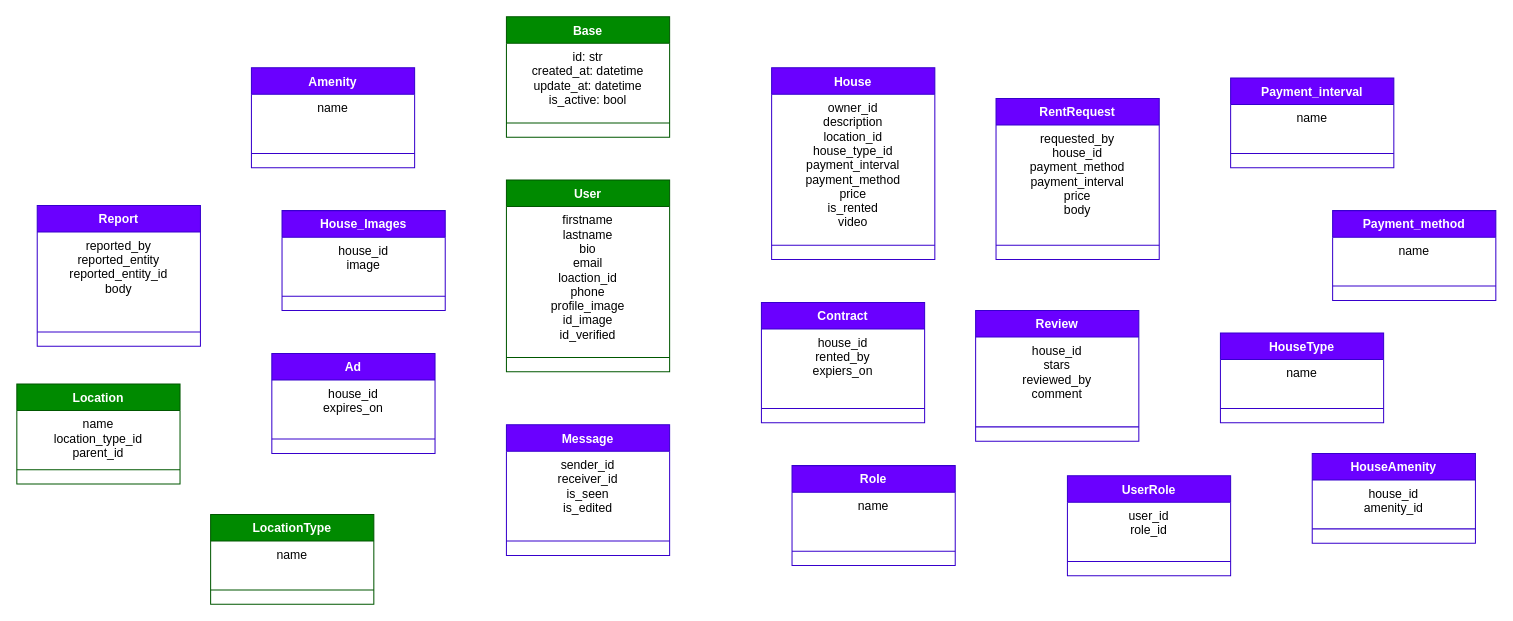
Before: RentBridge/rentbridge-db.dio in MicrQ/100DaysOfDjango, a draw.io diagram. Source tidied: cells renumbered, new cells numbered last; positions are measured from the earlier drawing's top-left corner, leaving out a move shared by most shapes. Both pictures are drawn from the tidied source at 102%, with x=0, y=0 at pixel (16, 16).
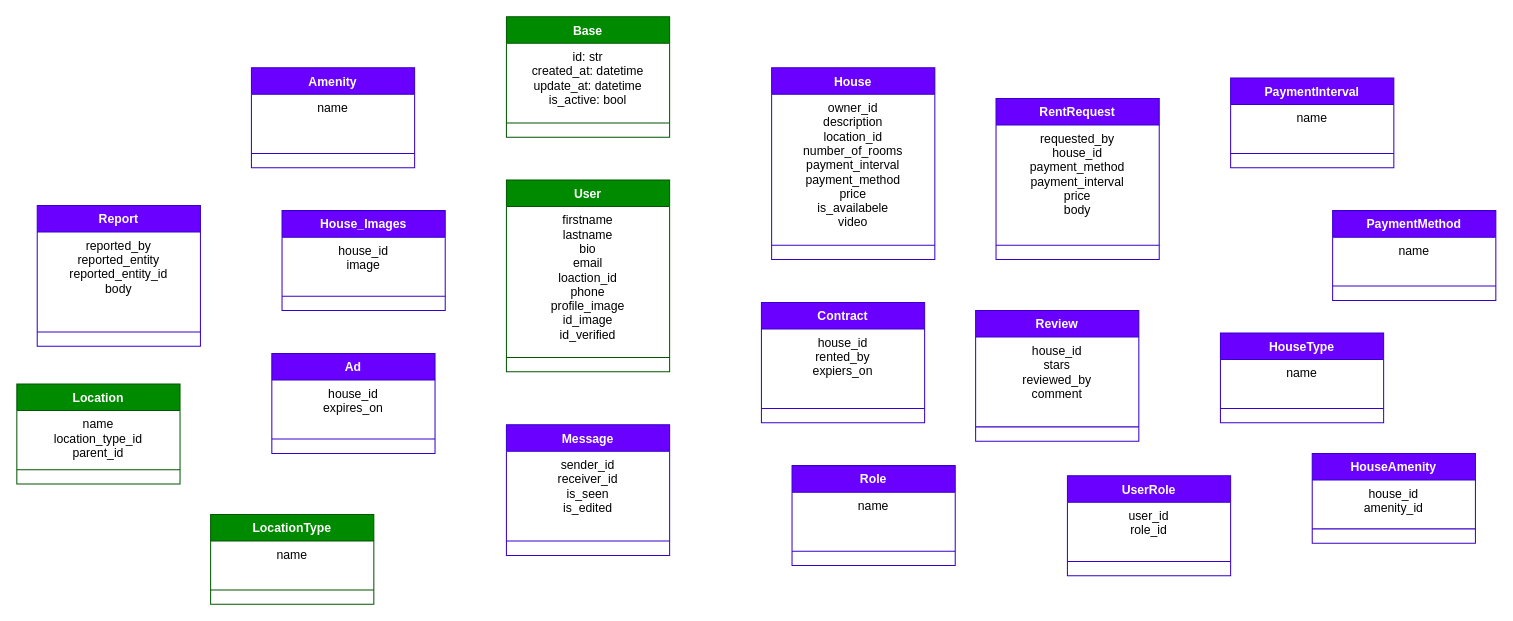
Above is the later version.

Unchanged cells that the change refers to:
```xml
<mxCell id="8" value="House" style="swimlane;fontStyle=1;align=center;verticalAlign=top;horizontal=1;startSize=26;fillColor=#6a00ff;fontColor=#ffffff;strokeColor=#3700CC;" parent="1" vertex="1">
  <mxGeometry x="740" y="50" width="160" height="188" as="geometry" />
</mxCell>
```

What changed in the source:
```diff
@@
-    <mxCell id="9" value="owner_id&#10;description&#10;location_id&#10;house_type_id&#10;payment_interval&#10;payment_method&#10;price&#10;is_rented&#10;video" style="text;strokeColor=none;fillColor=none;align=center;verticalAlign=top;spacingLeft=4;spacingRight=4;overflow=hidden;" parent="8" vertex="1">
+    <mxCell id="9" value="owner_id&#10;description&#10;location_id&#10;number_of_rooms&#10;payment_interval&#10;payment_method&#10;price&#10;is_availabele&#10;video" style="text;strokeColor=none;fillColor=none;align=center;verticalAlign=top;spacingLeft=4;spacingRight=4;overflow=hidden;" parent="8" vertex="1">
       <mxGeometry y="26" width="160" height="134" as="geometry" />
     </mxCell>
@@
-    <mxCell id="20" value="Payment_interval" style="swimlane;fontStyle=1;align=center;verticalAlign=top;horizontal=1;startSize=26;fillColor=#6a00ff;fontColor=#ffffff;strokeColor=#3700CC;" parent="1" vertex="1">
+    <mxCell id="20" value="PaymentInterval" style="swimlane;fontStyle=1;align=center;verticalAlign=top;horizontal=1;startSize=26;fillColor=#6a00ff;fontColor=#ffffff;strokeColor=#3700CC;" parent="1" vertex="1">
       <mxGeometry x="1190" y="60" width="160" height="88" as="geometry" />
     </mxCell>
@@
-    <mxCell id="23" value="Payment_method" style="swimlane;fontStyle=1;align=center;verticalAlign=top;horizontal=1;startSize=26;fillColor=#6a00ff;fontColor=#ffffff;strokeColor=#3700CC;" parent="1" vertex="1">
+    <mxCell id="23" value="PaymentMethod" style="swimlane;fontStyle=1;align=center;verticalAlign=top;horizontal=1;startSize=26;fillColor=#6a00ff;fontColor=#ffffff;strokeColor=#3700CC;" parent="1" vertex="1">
       <mxGeometry x="1290" y="190" width="160" height="88" as="geometry" />
     </mxCell>
```
